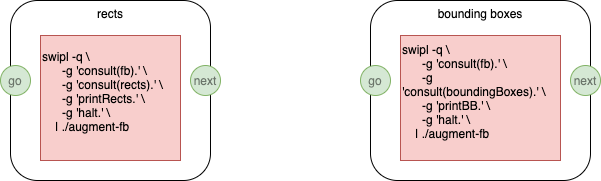
langjam/jam0001 keeps this draw.io diagram as guitarvydas/2021-08-20-jam0001-details.png. Above is the earlier version. Source tidied: cells renumbered, new cells last; positions are measured from the earlier drawing's top-left corner, leaving out a move shared by most shapes. The source it was exported from:
```xml
<mxGraphModel>
  <root>
    <mxCell id="0" />
    <mxCell id="1" parent="0" />
    <mxCell id="2" value="rects" style="rounded=1;whiteSpace=wrap;html=1;verticalAlign=top;" parent="1" vertex="1">
      <mxGeometry x="10" width="200" height="180" as="geometry" />
    </mxCell>
    <mxCell id="3" value="&lt;div&gt;swipl -q \&lt;/div&gt;&lt;div&gt;&amp;nbsp; &amp;nbsp; &amp;nbsp; -g 'consult(fb).' \&lt;/div&gt;&lt;div&gt;&amp;nbsp; &amp;nbsp; &amp;nbsp; -g 'consult(rects).' \&lt;/div&gt;&lt;div&gt;&amp;nbsp; &amp;nbsp; &amp;nbsp; -g 'printRects.' \&lt;/div&gt;&lt;div&gt;&amp;nbsp; &amp;nbsp; &amp;nbsp; -g 'halt.' \&lt;/div&gt;&lt;div&gt;&amp;nbsp; &amp;nbsp; | ./augment-fb&lt;/div&gt;&lt;div&gt;&lt;br&gt;&lt;/div&gt;" style="rounded=0;whiteSpace=wrap;html=1;align=left;fillColor=#f8cecc;strokeColor=#b85450;" parent="1" vertex="1">
      <mxGeometry x="40" y="35" width="140" height="125" as="geometry" />
    </mxCell>
    <mxCell id="4" value="go" style="ellipse;whiteSpace=wrap;html=1;fillColor=#d5e8d4;align=center;strokeColor=#82b366;textOpacity=50;" parent="1" vertex="1">
      <mxGeometry y="65" width="30" height="30" as="geometry" />
    </mxCell>
    <mxCell id="5" value="next" style="ellipse;whiteSpace=wrap;html=1;fillColor=#d5e8d4;align=center;strokeColor=#82b366;textOpacity=50;" parent="1" vertex="1">
      <mxGeometry x="190" y="65" width="30" height="30" as="geometry" />
    </mxCell>
    <mxCell id="6" value="bounding boxes" style="rounded=1;whiteSpace=wrap;html=1;verticalAlign=top;" parent="1" vertex="1">
      <mxGeometry x="370" width="220" height="180" as="geometry" />
    </mxCell>
    <mxCell id="7" value="&lt;div&gt;&lt;div&gt;swipl -q \&lt;/div&gt;&lt;div&gt;&amp;nbsp; &amp;nbsp; &amp;nbsp; -g 'consult(fb).' \&lt;/div&gt;&lt;div&gt;&amp;nbsp; &amp;nbsp; &amp;nbsp; -g 'consult(boundingBoxes).' \&lt;/div&gt;&lt;div&gt;&amp;nbsp; &amp;nbsp; &amp;nbsp; -g 'printBB.' \&lt;/div&gt;&lt;div&gt;&amp;nbsp; &amp;nbsp; &amp;nbsp; -g 'halt.' \&lt;/div&gt;&lt;div&gt;&amp;nbsp; &amp;nbsp; | ./augment-fb&lt;/div&gt;&lt;div&gt;&lt;br&gt;&lt;/div&gt;&lt;/div&gt;" style="rounded=0;whiteSpace=wrap;html=1;align=left;fillColor=#f8cecc;strokeColor=#b85450;" parent="1" vertex="1">
      <mxGeometry x="400" y="35" width="160" height="125" as="geometry" />
    </mxCell>
    <mxCell id="8" value="go" style="ellipse;whiteSpace=wrap;html=1;fillColor=#d5e8d4;align=center;strokeColor=#82b366;textOpacity=50;" parent="1" vertex="1">
      <mxGeometry x="360" y="65" width="30" height="30" as="geometry" />
    </mxCell>
    <mxCell id="9" value="next" style="ellipse;whiteSpace=wrap;html=1;fillColor=#d5e8d4;align=center;strokeColor=#82b366;textOpacity=50;" parent="1" vertex="1">
      <mxGeometry x="570" y="65" width="30" height="30" as="geometry" />
    </mxCell>
  </root>
</mxGraphModel>
```
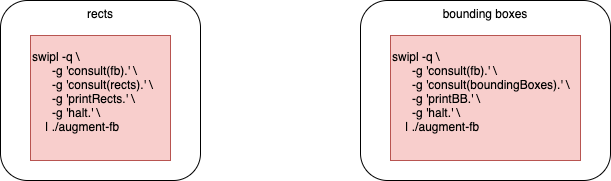
After the commit.

Change to the diagram source:
```diff
@@ -8,23 +8,11 @@
     <mxCell id="3" value="&lt;div&gt;swipl -q \&lt;/div&gt;&lt;div&gt;&amp;nbsp; &amp;nbsp; &amp;nbsp; -g 'consult(fb).' \&lt;/div&gt;&lt;div&gt;&amp;nbsp; &amp;nbsp; &amp;nbsp; -g 'consult(rects).' \&lt;/div&gt;&lt;div&gt;&amp;nbsp; &amp;nbsp; &amp;nbsp; -g 'printRects.' \&lt;/div&gt;&lt;div&gt;&amp;nbsp; &amp;nbsp; &amp;nbsp; -g 'halt.' \&lt;/div&gt;&lt;div&gt;&amp;nbsp; &amp;nbsp; | ./augment-fb&lt;/div&gt;&lt;div&gt;&lt;br&gt;&lt;/div&gt;" style="rounded=0;whiteSpace=wrap;html=1;align=left;fillColor=#f8cecc;strokeColor=#b85450;" parent="1" vertex="1">
       <mxGeometry x="40" y="35" width="140" height="125" as="geometry" />
     </mxCell>
-    <mxCell id="4" value="go" style="ellipse;whiteSpace=wrap;html=1;fillColor=#d5e8d4;align=center;strokeColor=#82b366;textOpacity=50;" parent="1" vertex="1">
-      <mxGeometry y="65" width="30" height="30" as="geometry" />
-    </mxCell>
-    <mxCell id="5" value="next" style="ellipse;whiteSpace=wrap;html=1;fillColor=#d5e8d4;align=center;strokeColor=#82b366;textOpacity=50;" parent="1" vertex="1">
-      <mxGeometry x="190" y="65" width="30" height="30" as="geometry" />
-    </mxCell>
     <mxCell id="6" value="bounding boxes" style="rounded=1;whiteSpace=wrap;html=1;verticalAlign=top;" parent="1" vertex="1">
-      <mxGeometry x="370" width="220" height="180" as="geometry" />
+      <mxGeometry x="370" width="250" height="180" as="geometry" />
     </mxCell>
     <mxCell id="7" value="&lt;div&gt;&lt;div&gt;swipl -q \&lt;/div&gt;&lt;div&gt;&amp;nbsp; &amp;nbsp; &amp;nbsp; -g 'consult(fb).' \&lt;/div&gt;&lt;div&gt;&amp;nbsp; &amp;nbsp; &amp;nbsp; -g 'consult(boundingBoxes).' \&lt;/div&gt;&lt;div&gt;&amp;nbsp; &amp;nbsp; &amp;nbsp; -g 'printBB.' \&lt;/div&gt;&lt;div&gt;&amp;nbsp; &amp;nbsp; &amp;nbsp; -g 'halt.' \&lt;/div&gt;&lt;div&gt;&amp;nbsp; &amp;nbsp; | ./augment-fb&lt;/div&gt;&lt;div&gt;&lt;br&gt;&lt;/div&gt;&lt;/div&gt;" style="rounded=0;whiteSpace=wrap;html=1;align=left;fillColor=#f8cecc;strokeColor=#b85450;" parent="1" vertex="1">
-      <mxGeometry x="400" y="35" width="160" height="125" as="geometry" />
+      <mxGeometry x="400" y="35" width="190" height="125" as="geometry" />
     </mxCell>
-    <mxCell id="8" value="go" style="ellipse;whiteSpace=wrap;html=1;fillColor=#d5e8d4;align=center;strokeColor=#82b366;textOpacity=50;" parent="1" vertex="1">
-      <mxGeometry x="360" y="65" width="30" height="30" as="geometry" />
-    </mxCell>
-    <mxCell id="9" value="next" style="ellipse;whiteSpace=wrap;html=1;fillColor=#d5e8d4;align=center;strokeColor=#82b366;textOpacity=50;" parent="1" vertex="1">
-      <mxGeometry x="570" y="65" width="30" height="30" as="geometry" />
-    </mxCell>
   </root>
 </mxGraphModel>
```
